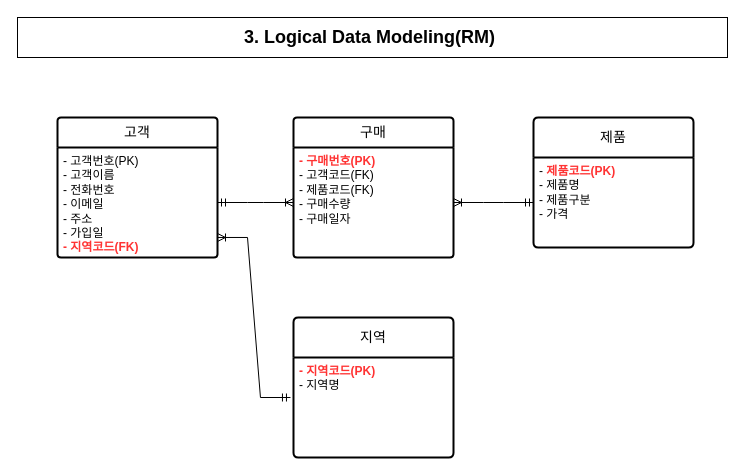
This is page "페이지-9" (9 of 10) of erd.drawio from bitcocom/ai8erd, a draw.io file, before an edit. Source tidied: cells renumbered, new cells numbered last; positions are measured from the earlier drawing's top-left corner, leaving out a move shared by most shapes. Both pictures are drawn from the tidied source at 100%, with x=0, y=0 at pixel (17, 17).
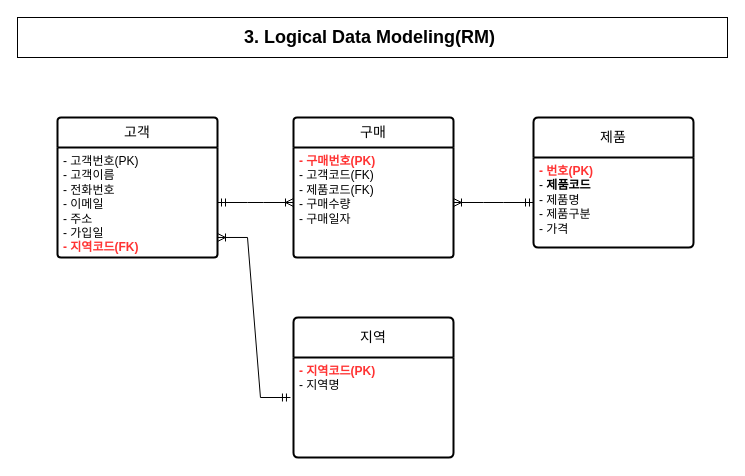
The same diagram, later.

Diff of the diagram source:
```diff
@@
 <mxGraphModel>
   <root>
     <mxCell id="0" />
     <mxCell id="1" parent="0" />
     <mxCell id="2" value="고객" style="swimlane;horizontal=1;startSize=30;rounded=1;fontSize=14;fontStyle=0;strokeWidth=2;shadow=0;dashed=0;align=center;arcSize=4;whiteSpace=wrap;html=1;" parent="1" vertex="1">
       <mxGeometry x="40" y="100" width="160" height="140" as="geometry" />
     </mxCell>
     <mxCell id="3" value="- 고객번호(PK)&lt;br&gt;- 고객이름&lt;br&gt;- 전화번호&lt;br&gt;- 이메일&lt;br&gt;- 주소&lt;br&gt;- 가입일&lt;br&gt;&lt;b&gt;&lt;font color=&quot;#ff3333&quot;&gt;- 지역코드(FK)&lt;/font&gt;&lt;/b&gt;" style="align=left;strokeColor=none;fillColor=none;spacingLeft=4;fontSize=12;verticalAlign=top;html=1;" parent="2" vertex="1">
       <mxGeometry y="30" width="160" height="110" as="geometry" />
     </mxCell>
     <mxCell id="4" value="지역" style="swimlane;horizontal=1;startSize=40;rounded=1;fontSize=14;fontStyle=0;strokeWidth=2;shadow=0;dashed=0;align=center;arcSize=4;whiteSpace=wrap;html=1;" parent="1" vertex="1">
       <mxGeometry x="276" y="300" width="160" height="140" as="geometry" />
     </mxCell>
     <mxCell id="5" value="&lt;b&gt;&lt;font color=&quot;#ff3333&quot;&gt;- 지역코드(PK)&lt;/font&gt;&lt;/b&gt;&lt;br&gt;- 지역명" style="align=left;strokeColor=none;fillColor=none;spacingLeft=4;fontSize=12;verticalAlign=top;html=1;" parent="4" vertex="1">
       <mxGeometry y="40" width="160" height="100" as="geometry" />
     </mxCell>
     <mxCell id="6" value="제품" style="swimlane;horizontal=1;startSize=40;rounded=1;fontSize=14;fontStyle=0;strokeWidth=2;shadow=0;dashed=0;align=center;arcSize=4;whiteSpace=wrap;html=1;" parent="1" vertex="1">
       <mxGeometry x="516" y="100" width="160" height="130" as="geometry" />
     </mxCell>
-    <mxCell id="7" value="- &lt;b&gt;&lt;font color=&quot;#ff3333&quot;&gt;제품코드(PK)&lt;/font&gt;&lt;/b&gt;&lt;br&gt;- 제품명&lt;br&gt;- 제품구분&lt;br&gt;- 가격" style="align=left;strokeColor=none;fillColor=none;spacingLeft=4;fontSize=12;verticalAlign=top;html=1;" parent="6" vertex="1">
+    <mxCell id="7" value="&lt;b&gt;&lt;font color=&quot;#ff3333&quot;&gt;- 번호(PK)&lt;/font&gt;&lt;/b&gt;&lt;br&gt;- &lt;b&gt;제품코드&lt;/b&gt;&lt;br&gt;- 제품명&lt;br&gt;- 제품구분&lt;br&gt;- 가격" style="align=left;strokeColor=none;fillColor=none;spacingLeft=4;fontSize=12;verticalAlign=top;html=1;" parent="6" vertex="1">
       <mxGeometry y="40" width="160" height="90" as="geometry" />
     </mxCell>
     <mxCell id="8" value="구매" style="swimlane;horizontal=1;startSize=30;rounded=1;fontSize=14;fontStyle=0;strokeWidth=2;shadow=0;dashed=0;align=center;arcSize=4;whiteSpace=wrap;html=1;" parent="1" vertex="1">
       <mxGeometry x="276" y="100" width="160" height="140" as="geometry" />
     </mxCell>
     <mxCell id="9" value="&lt;b&gt;&lt;font color=&quot;#ff3333&quot;&gt;- 구매번호(PK)&lt;/font&gt;&lt;/b&gt;&lt;br&gt;- 고객코드(FK)&lt;br&gt;- 제품코드(FK)&lt;br&gt;- 구매수량&lt;br&gt;- 구매일자" style="align=left;strokeColor=none;fillColor=none;spacingLeft=4;fontSize=12;verticalAlign=top;html=1;" parent="8" vertex="1">
       <mxGeometry y="30" width="160" height="110" as="geometry" />
     </mxCell>
     <mxCell id="10" style="edgeStyle=entityRelationEdgeStyle;fontSize=12;html=1;endArrow=ERoneToMany;startArrow=ERmandOne;rounded=0;entryX=0;entryY=0.5;entryDx=0;entryDy=0;exitX=1;exitY=0.5;exitDx=0;exitDy=0;" parent="1" edge="1" source="3" target="9">
       <mxGeometry relative="1" as="geometry" />
     </mxCell>
     <mxCell id="11" style="edgeStyle=entityRelationEdgeStyle;fontSize=12;html=1;endArrow=ERoneToMany;startArrow=ERmandOne;rounded=0;entryX=1;entryY=0.5;entryDx=0;entryDy=0;" parent="1" edge="1" source="7" target="9">
       <mxGeometry relative="1" as="geometry" />
     </mxCell>
     <mxCell id="12" style="edgeStyle=entityRelationEdgeStyle;fontSize=12;html=1;endArrow=ERoneToMany;startArrow=ERmandOne;rounded=0;exitX=-0.019;exitY=0.4;exitDx=0;exitDy=0;exitPerimeter=0;entryX=1;entryY=0.818;entryDx=0;entryDy=0;entryPerimeter=0;" parent="1" edge="1" source="5" target="3">
       <mxGeometry relative="1" as="geometry" />
     </mxCell>
     <mxCell id="13" value="3. Logical Data&amp;nbsp;Modeling(RM)&amp;nbsp;" style="whiteSpace=wrap;html=1;align=center;fontStyle=1;fontSize=18;" parent="1" vertex="1">
       <mxGeometry width="710" height="40" as="geometry" />
     </mxCell>
   </root>
 </mxGraphModel>
```
